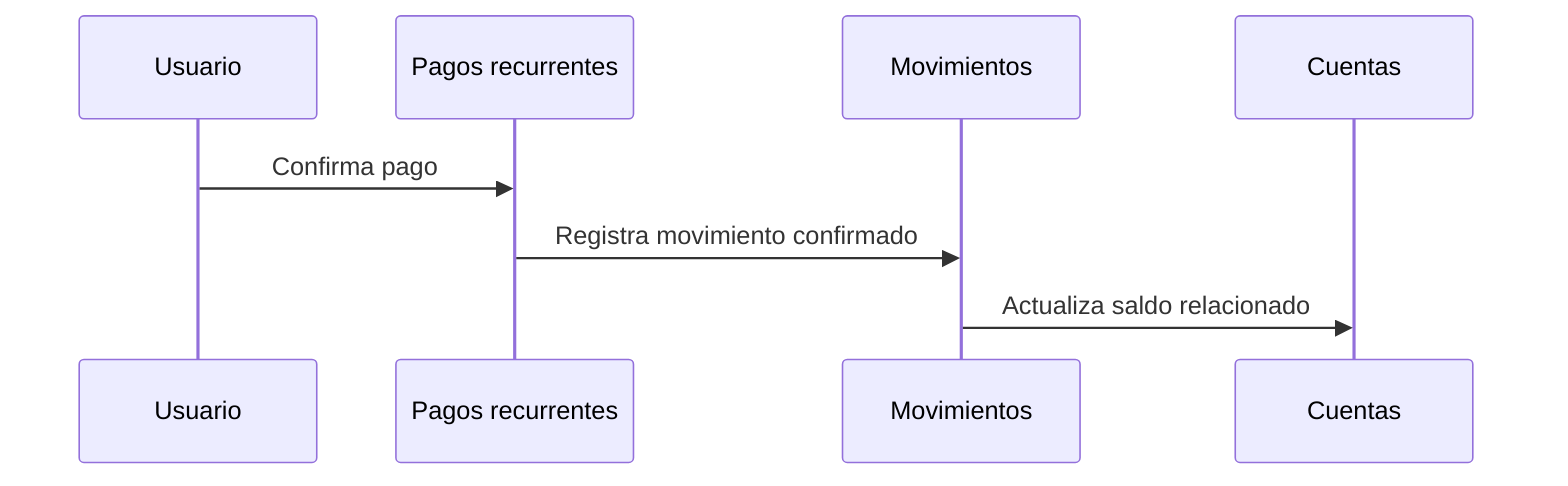
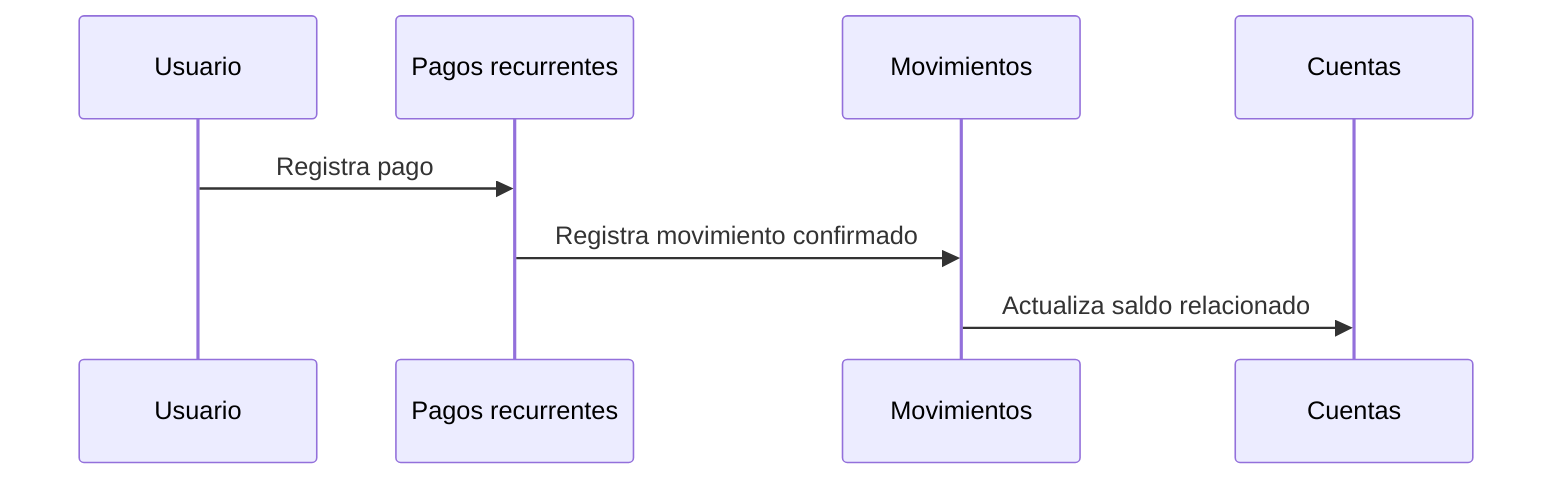
sequenceDiagram
    participant Usuario
    participant Recurrentes as Pagos recurrentes
    participant Movimientos
    participant Cuentas

-     Usuario->>Recurrentes: Confirma pago
+     Usuario->>Recurrentes: Registra pago
    Recurrentes->>Movimientos: Registra movimiento confirmado
    Movimientos->>Cuentas: Actualiza saldo relacionado
- 
